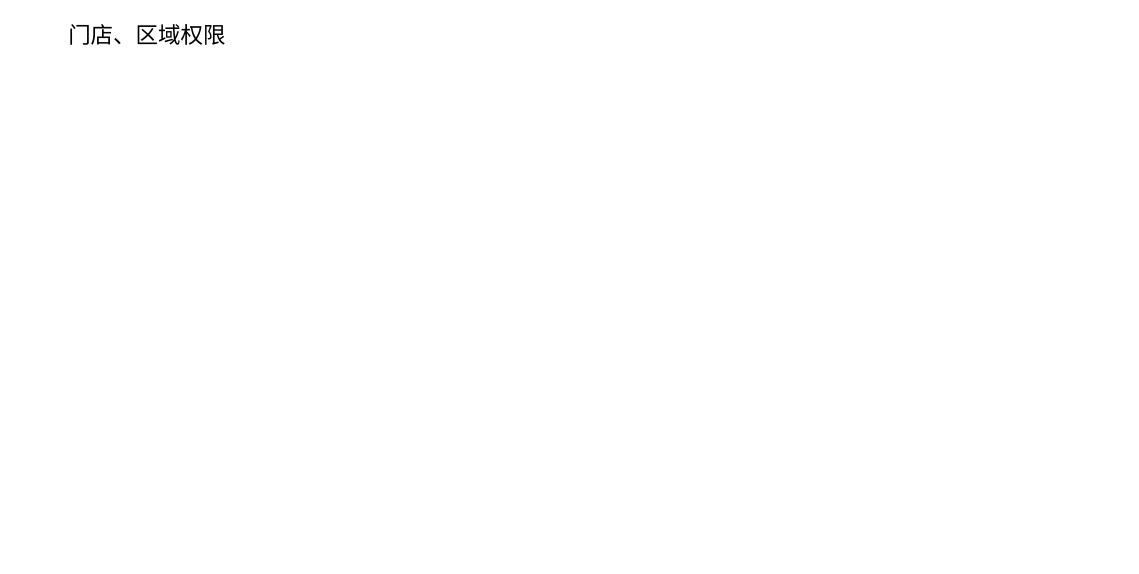
The draw.io diagram rongda-dep/牙管家-诊所/区域权限.drawio in cherishsince/diagrams.net, before the edit. Source tidied: cells renumbered, new cells numbered last; positions are measured from the earlier drawing's top-left corner, leaving out a move shared by most shapes. Both pictures are drawn from the tidied source at 125%, with x=0, y=0 at pixel (59, 22).
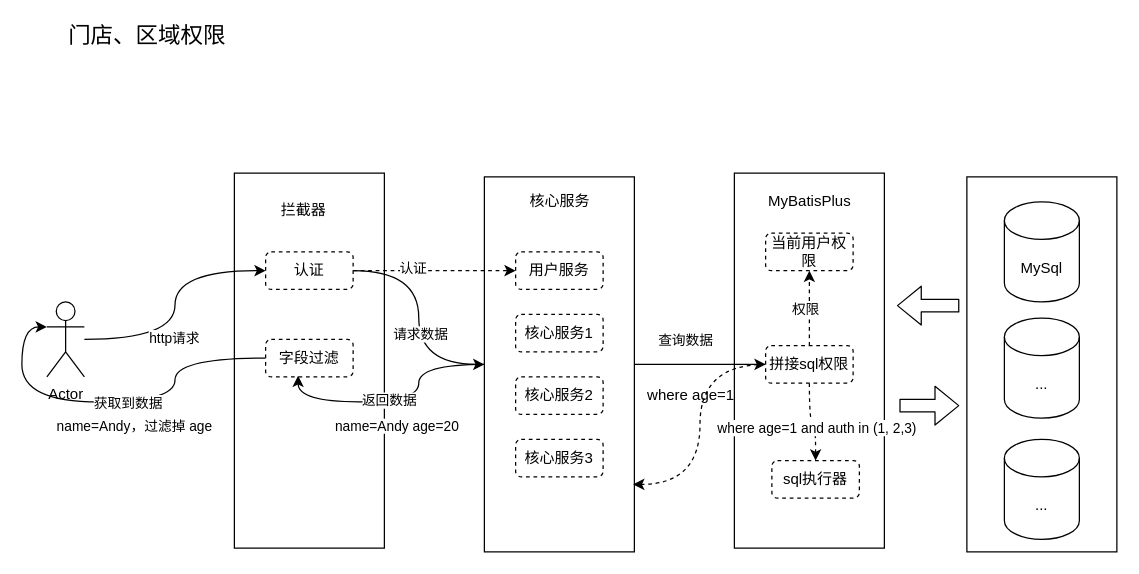
The same page after the edit.

Commit message (it also covers changes not shown here):
更新区域权限.drawio

Diff of the diagram source:
```diff
@@
+    <mxCell id="3" style="rounded=0;whiteSpace=wrap;html=1;" parent="1" vertex="1">
+      <mxGeometry x="540" y="120" width="120" height="300" as="geometry" />
+    </mxCell>
@@
+    <mxCell id="4" style="rounded=0;whiteSpace=wrap;html=1;" parent="1" vertex="1">
+      <mxGeometry x="726" y="123" width="120" height="300" as="geometry" />
+    </mxCell>
+    <mxCell id="5" style="rounded=0;whiteSpace=wrap;html=1;" parent="1" vertex="1">
+      <mxGeometry x="140" y="120" width="120" height="300" as="geometry" />
+    </mxCell>
+    <mxCell id="6" style="edgeStyle=orthogonalEdgeStyle;curved=1;rounded=0;jettySize=auto;html=1;entryX=0;entryY=0.3333333333333333;entryDx=0;entryDy=0;entryPerimeter=0;" parent="1" edge="1" source="8" target="11">
+      <mxGeometry relative="1" as="geometry" />
+    </mxCell>
+    <mxCell id="7" value="获取到数据" style="edgeLabel;html=1;align=center;verticalAlign=middle;" parent="6" vertex="1">
+      <mxGeometry x="-0.06" relative="1" as="geometry" />
+    </mxCell>
+    <mxCell id="8" value="字段过滤" style="rounded=1;whiteSpace=wrap;html=1;dashed=1;" parent="1" vertex="1">
+      <mxGeometry x="165" y="253" width="70" height="30" as="geometry" />
+    </mxCell>
+    <mxCell id="9" style="edgeStyle=orthogonalEdgeStyle;rounded=0;jettySize=auto;html=1;entryX=0;entryY=0.5;entryDx=0;entryDy=0;curved=1;" parent="1" edge="1" source="11" target="30">
+      <mxGeometry relative="1" as="geometry" />
+    </mxCell>
+    <mxCell id="10" value="http请求" style="edgeLabel;html=1;align=center;verticalAlign=middle;" parent="9" vertex="1">
+      <mxGeometry x="-0.26" y="1" relative="1" as="geometry" />
+    </mxCell>
+    <mxCell id="11" value="Actor" style="shape=umlActor;verticalLabelPosition=bottom;verticalAlign=top;html=1;outlineConnect=0;" parent="1" vertex="1">
+      <mxGeometry x="-10" y="223" width="30" height="60" as="geometry" />
+    </mxCell>
+    <mxCell id="12" value="拦截器" style="text;html=1;align=center;verticalAlign=middle;strokeColor=none;" parent="1" vertex="1">
+      <mxGeometry x="170" y="140" width="50" height="20" as="geometry" />
+    </mxCell>
+    <mxCell id="13" value="..." style="shape=cylinder3;whiteSpace=wrap;html=1;boundedLbl=1;backgroundOutline=1;size=15;" parent="1" vertex="1">
+      <mxGeometry x="756" y="236" width="60" height="80" as="geometry" />
+    </mxCell>
+    <mxCell id="14" value="MySql" style="shape=cylinder3;whiteSpace=wrap;html=1;boundedLbl=1;backgroundOutline=1;size=15;" parent="1" vertex="1">
+      <mxGeometry x="756" y="143" width="60" height="80" as="geometry" />
+    </mxCell>
+    <mxCell id="15" value="..." style="shape=cylinder3;whiteSpace=wrap;html=1;boundedLbl=1;backgroundOutline=1;size=15;" parent="1" vertex="1">
+      <mxGeometry x="756" y="333" width="60" height="80" as="geometry" />
+    </mxCell>
+    <mxCell id="16" style="edgeStyle=orthogonalEdgeStyle;curved=1;rounded=0;jettySize=auto;html=1;entryX=0.371;entryY=0.967;entryDx=0;entryDy=0;entryPerimeter=0;" parent="1" edge="1" source="20" target="8">
+      <mxGeometry relative="1" as="geometry" />
+    </mxCell>
+    <mxCell id="17" value="返回数据" style="edgeLabel;html=1;align=center;verticalAlign=middle;" parent="16" vertex="1">
+      <mxGeometry x="0.07" y="-2" relative="1" as="geometry" />
+    </mxCell>
+    <mxCell id="18" style="edgeStyle=orthogonalEdgeStyle;rounded=0;jettySize=auto;html=1;entryX=0;entryY=0.5;entryDx=0;entryDy=0;curved=1;" parent="1" edge="1" source="20" target="42">
+      <mxGeometry relative="1" as="geometry" />
+    </mxCell>
+    <mxCell id="19" value="查询数据" style="edgeLabel;html=1;align=center;verticalAlign=middle;" parent="18" vertex="1">
+      <mxGeometry x="-0.35" relative="1" as="geometry">
+        <mxPoint x="6" y="-20" as="offset" />
+      </mxGeometry>
+    </mxCell>
+    <mxCell id="20" style="rounded=0;whiteSpace=wrap;html=1;" parent="1" vertex="1">
+      <mxGeometry x="340" y="123" width="120" height="300" as="geometry" />
+    </mxCell>
+    <mxCell id="21" value="核心服务" style="text;html=1;align=center;verticalAlign=middle;strokeColor=none;" parent="1" vertex="1">
+      <mxGeometry x="370" y="133" width="60" height="20" as="geometry" />
+    </mxCell>
+    <mxCell id="22" value="用户服务" style="rounded=1;whiteSpace=wrap;html=1;dashed=1;" parent="1" vertex="1">
+      <mxGeometry x="365" y="183" width="70" height="30" as="geometry" />
+    </mxCell>
+    <mxCell id="23" value="核心服务1" style="rounded=1;whiteSpace=wrap;html=1;dashed=1;" parent="1" vertex="1">
+      <mxGeometry x="365" y="233" width="70" height="30" as="geometry" />
+    </mxCell>
+    <mxCell id="24" value="核心服务2" style="rounded=1;whiteSpace=wrap;html=1;dashed=1;" parent="1" vertex="1">
+      <mxGeometry x="365" y="283" width="70" height="30" as="geometry" />
+    </mxCell>
+    <mxCell id="25" value="核心服务3" style="rounded=1;whiteSpace=wrap;html=1;dashed=1;" parent="1" vertex="1">
+      <mxGeometry x="365" y="333" width="70" height="30" as="geometry" />
+    </mxCell>
+    <mxCell id="26" style="edgeStyle=orthogonalEdgeStyle;rounded=0;jettySize=auto;html=1;entryX=0;entryY=0.5;entryDx=0;entryDy=0;dashed=1;" parent="1" edge="1" source="30" target="22">
+      <mxGeometry relative="1" as="geometry" />
+    </mxCell>
+    <mxCell id="27" value="认证" style="edgeLabel;html=1;align=center;verticalAlign=middle;" parent="26" vertex="1">
+      <mxGeometry x="-0.28" y="3" relative="1" as="geometry" />
+    </mxCell>
+    <mxCell id="28" style="edgeStyle=orthogonalEdgeStyle;rounded=0;jettySize=auto;html=1;entryX=0;entryY=0.5;entryDx=0;entryDy=0;elbow=vertical;curved=1;" parent="1" edge="1" source="30" target="20">
+      <mxGeometry relative="1" as="geometry" />
+    </mxCell>
+    <mxCell id="29" value="请求数据" style="edgeLabel;html=1;align=center;verticalAlign=middle;" parent="28" vertex="1">
+      <mxGeometry x="0.14" y="1" relative="1" as="geometry" />
+    </mxCell>
+    <mxCell id="30" value="认证" style="rounded=1;whiteSpace=wrap;html=1;dashed=1;" parent="1" vertex="1">
+      <mxGeometry x="165" y="183" width="70" height="30" as="geometry" />
+    </mxCell>
+    <mxCell id="31" value="&lt;span style=&quot;font-size: 11px ; background-color: rgb(255 , 255 , 255)&quot;&gt;name=Andy age=20&lt;/span&gt;" style="text;html=1;align=center;verticalAlign=middle;strokeColor=none;" parent="1" vertex="1">
+      <mxGeometry x="210" y="313" width="120" height="20" as="geometry" />
+    </mxCell>
+    <mxCell id="32" value="&lt;span style=&quot;font-size: 11px ; background-color: rgb(255 , 255 , 255)&quot;&gt;name=Andy，过滤掉 age&lt;/span&gt;" style="text;html=1;align=center;verticalAlign=middle;strokeColor=none;" parent="1" vertex="1">
+      <mxGeometry x="-15" y="313" width="150" height="20" as="geometry" />
+    </mxCell>
+    <mxCell id="33" style="shape=flexArrow;endArrow=classic;html=1;" parent="1" edge="1">
+      <mxGeometry relative="1" as="geometry">
+        <mxPoint x="672" y="306" as="sourcePoint" />
+        <mxPoint x="720" y="306" as="targetPoint" />
+      </mxGeometry>
+    </mxCell>
+    <mxCell id="34" style="shape=flexArrow;endArrow=classic;html=1;entryX=1.017;entryY=0.46;entryDx=0;entryDy=0;entryPerimeter=0;" parent="1" edge="1">
+      <mxGeometry relative="1" as="geometry">
+        <mxPoint x="720" y="226" as="sourcePoint" />
+        <mxPoint x="670" y="226" as="targetPoint" />
+      </mxGeometry>
+    </mxCell>
+    <mxCell id="35" value="MyBatisPlus" style="text;html=1;align=center;verticalAlign=middle;strokeColor=none;" parent="1" vertex="1">
+      <mxGeometry x="560" y="133" width="80" height="20" as="geometry" />
+    </mxCell>
+    <mxCell id="36" value="当前用户权限" style="rounded=1;whiteSpace=wrap;html=1;dashed=1;" parent="1" vertex="1">
+      <mxGeometry x="565" y="168" width="70" height="30" as="geometry" />
+    </mxCell>
+    <mxCell id="37" style="edgeStyle=orthogonalEdgeStyle;curved=1;rounded=0;jettySize=auto;html=1;dashed=1;" parent="1" edge="1" source="42" target="36">
+      <mxGeometry relative="1" as="geometry" />
+    </mxCell>
+    <mxCell id="38" value="权限" style="edgeLabel;html=1;align=center;verticalAlign=middle;" parent="37" vertex="1">
+      <mxGeometry y="4" relative="1" as="geometry" />
+    </mxCell>
+    <mxCell id="39" style="edgeStyle=orthogonalEdgeStyle;curved=1;rounded=0;jettySize=auto;html=1;entryX=0.5;entryY=0;entryDx=0;entryDy=0;dashed=1;" parent="1" edge="1" source="42" target="43">
+      <mxGeometry relative="1" as="geometry" />
+    </mxCell>
+    <mxCell id="40" value="where age=1 and auth in (1, 2,3)" style="edgeLabel;html=1;align=center;verticalAlign=middle;" parent="39" vertex="1">
+      <mxGeometry x="-0.28" y="4" relative="1" as="geometry">
+        <mxPoint x="1" y="11" as="offset" />
+      </mxGeometry>
+    </mxCell>
+    <mxCell id="41" style="edgeStyle=orthogonalEdgeStyle;curved=1;rounded=0;jettySize=auto;html=1;entryX=0.992;entryY=0.82;entryDx=0;entryDy=0;entryPerimeter=0;dashed=1;" parent="1" edge="1" source="42" target="20">
+      <mxGeometry relative="1" as="geometry" />
+    </mxCell>
+    <mxCell id="42" value="拼接sql权限" style="rounded=1;whiteSpace=wrap;html=1;dashed=1;" parent="1" vertex="1">
+      <mxGeometry x="565" y="258" width="70" height="30" as="geometry" />
+    </mxCell>
+    <mxCell id="43" value="sql执行器" style="rounded=1;whiteSpace=wrap;html=1;dashed=1;" parent="1" vertex="1">
+      <mxGeometry x="570" y="350" width="70" height="30" as="geometry" />
+    </mxCell>
+    <mxCell id="44" value="where age=1" style="text;html=1;align=center;verticalAlign=middle;strokeColor=none;" parent="1" vertex="1">
+      <mxGeometry x="460" y="288" width="90" height="20" as="geometry" />
+    </mxCell>
```
